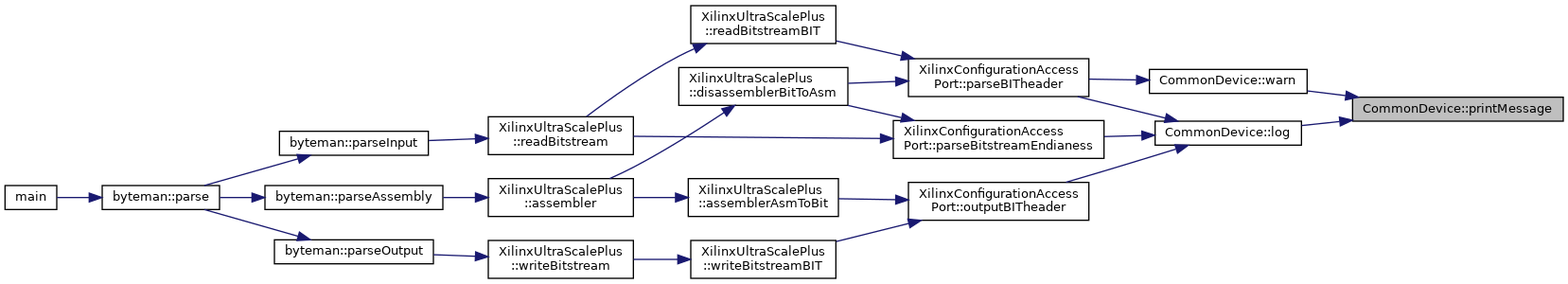
Earlier version of the Graphviz export classCommonDevice_af047ea6fd9b60bae9fcc94a7d8859657_icgraph.png (FPGA-Research-Manchester/byteman). Its source is kept beside it as classCommonDevice_af047ea6fd9b60bae9fcc94a7d8859657_icgraph.dot.
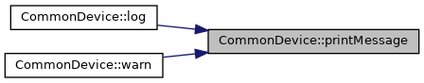
After the change.

Change to the diagram source:
```diff
@@ -6,42 +6,6 @@
   Node1 [label="CommonDevice::printMessage",height=0.2,width=0.4,color="black", fillcolor="grey75", style="filled", fontcolor="black",tooltip=" "];
   Node1 -> Node2 [dir="back",color="midnightblue",fontsize="10",style="solid",fontname="Helvetica"];
   Node2 [label="CommonDevice::log",height=0.2,width=0.4,color="black", fillcolor="white", style="filled",URL="$classCommonDevice.html#aa42337dfb4b5ff34a063c2145ab87478",tooltip=" "];
-  Node2 -> Node3 [dir="back",color="midnightblue",fontsize="10",style="solid",fontname="Helvetica"];
-  Node3 [label="XilinxConfigurationAccess\lPort::outputBITheader",height=0.2,width=0.4,color="black", fillcolor="white", style="filled",URL="$classXilinxConfigurationAccessPort.html#a80c8f1b9404adad15c0eb26612e0f028",tooltip=" "];
-  Node3 -> Node4 [dir="back",color="midnightblue",fontsize="10",style="solid",fontname="Helvetica"];
-  Node4 [label="XilinxUltraScalePlus\l::assemblerAsmToBit",height=0.2,width=0.4,color="black", fillcolor="white", style="filled",URL="$classXilinxUltraScalePlus.html#a058802c627c4177c6fd88ca079551207",tooltip=" "];
-  Node4 -> Node5 [dir="back",color="midnightblue",fontsize="10",style="solid",fontname="Helvetica"];
-  Node5 [label="XilinxUltraScalePlus\l::assembler",height=0.2,width=0.4,color="black", fillcolor="white", style="filled",URL="$classXilinxUltraScalePlus.html#a53e5f6ec962f1f2a961f90b8b9e90e10",tooltip=" "];
-  Node5 -> Node6 [dir="back",color="midnightblue",fontsize="10",style="solid",fontname="Helvetica"];
-  Node6 [label="byteman::parseAssembly",height=0.2,width=0.4,color="black", fillcolor="white", style="filled",URL="$classbyteman.html#a5e7f2e31d95626075a6ce22b54ecbbf8",tooltip=" "];
-  Node6 -> Node7 [dir="back",color="midnightblue",fontsize="10",style="solid",fontname="Helvetica"];
-  Node7 [label="byteman::parse",height=0.2,width=0.4,color="black", fillcolor="white", style="filled",URL="$classbyteman.html#a0ce0e992678e3f8b51cc5e01cea14ddb",tooltip=" "];
-  Node7 -> Node8 [dir="back",color="midnightblue",fontsize="10",style="solid",fontname="Helvetica"];
-  Node8 [label="main",height=0.2,width=0.4,color="black", fillcolor="white", style="filled",URL="$byteman_8cpp.html#a0ddf1224851353fc92bfbff6f499fa97",tooltip=" "];
-  Node3 -> Node9 [dir="back",color="midnightblue",fontsize="10",style="solid",fontname="Helvetica"];
-  Node9 [label="XilinxUltraScalePlus\l::writeBitstreamBIT",height=0.2,width=0.4,color="black", fillcolor="white", style="filled",URL="$classXilinxUltraScalePlus.html#aafc764306446548f9127f3e30759af49",tooltip=" "];
-  Node9 -> Node10 [dir="back",color="midnightblue",fontsize="10",style="solid",fontname="Helvetica"];
-  Node10 [label="XilinxUltraScalePlus\l::writeBitstream",height=0.2,width=0.4,color="black", fillcolor="white", style="filled",URL="$classXilinxUltraScalePlus.html#a7f2a7c34766d004adc6f1cfe1bdd62e7",tooltip=" "];
-  Node10 -> Node11 [dir="back",color="midnightblue",fontsize="10",style="solid",fontname="Helvetica"];
-  Node11 [label="byteman::parseOutput",height=0.2,width=0.4,color="black", fillcolor="white", style="filled",URL="$classbyteman.html#a2ff1e5c9e9b542e9f74768b296ace32f",tooltip=" "];
-  Node11 -> Node7 [dir="back",color="midnightblue",fontsize="10",style="solid",fontname="Helvetica"];
-  Node2 -> Node12 [dir="back",color="midnightblue",fontsize="10",style="solid",fontname="Helvetica"];
-  Node12 [label="XilinxConfigurationAccess\lPort::parseBITheader",height=0.2,width=0.4,color="black", fillcolor="white", style="filled",URL="$classXilinxConfigurationAccessPort.html#a0eb1cd9757987010e6879268ae412b4e",tooltip=" "];
-  Node12 -> Node13 [dir="back",color="midnightblue",fontsize="10",style="solid",fontname="Helvetica"];
-  Node13 [label="XilinxUltraScalePlus\l::disassemblerBitToAsm",height=0.2,width=0.4,color="black", fillcolor="white", style="filled",URL="$classXilinxUltraScalePlus.html#a54f9af4b6723a99c0b9e8e9c9b424d00",tooltip=" "];
-  Node13 -> Node5 [dir="back",color="midnightblue",fontsize="10",style="solid",fontname="Helvetica"];
-  Node12 -> Node14 [dir="back",color="midnightblue",fontsize="10",style="solid",fontname="Helvetica"];
-  Node14 [label="XilinxUltraScalePlus\l::readBitstreamBIT",height=0.2,width=0.4,color="black", fillcolor="white", style="filled",URL="$classXilinxUltraScalePlus.html#a62dea738808396d7d520f26d8e5594d2",tooltip=" "];
-  Node14 -> Node15 [dir="back",color="midnightblue",fontsize="10",style="solid",fontname="Helvetica"];
-  Node15 [label="XilinxUltraScalePlus\l::readBitstream",height=0.2,width=0.4,color="black", fillcolor="white", style="filled",URL="$classXilinxUltraScalePlus.html#a0e5d08a2e5c37a29a1a04d50b48739d2",tooltip=" "];
-  Node15 -> Node16 [dir="back",color="midnightblue",fontsize="10",style="solid",fontname="Helvetica"];
-  Node16 [label="byteman::parseInput",height=0.2,width=0.4,color="black", fillcolor="white", style="filled",URL="$classbyteman.html#ac217ac1dbc512bf44a70b147c0ceff04",tooltip=" "];
-  Node16 -> Node7 [dir="back",color="midnightblue",fontsize="10",style="solid",fontname="Helvetica"];
-  Node2 -> Node17 [dir="back",color="midnightblue",fontsize="10",style="solid",fontname="Helvetica"];
-  Node17 [label="XilinxConfigurationAccess\lPort::parseBitstreamEndianess",height=0.2,width=0.4,color="black", fillcolor="white", style="filled",URL="$classXilinxConfigurationAccessPort.html#aa9ff2ea1e4257936ddeda62415f863c8",tooltip=" "];
-  Node17 -> Node13 [dir="back",color="midnightblue",fontsize="10",style="solid",fontname="Helvetica"];
-  Node17 -> Node15 [dir="back",color="midnightblue",fontsize="10",style="solid",fontname="Helvetica"];
-  Node1 -> Node18 [dir="back",color="midnightblue",fontsize="10",style="solid",fontname="Helvetica"];
-  Node18 [label="CommonDevice::warn",height=0.2,width=0.4,color="black", fillcolor="white", style="filled",URL="$classCommonDevice.html#aff50b99a44e085a1edb93cc9be817b8f",tooltip=" "];
-  Node18 -> Node12 [dir="back",color="midnightblue",fontsize="10",style="solid",fontname="Helvetica"];
+  Node1 -> Node3 [dir="back",color="midnightblue",fontsize="10",style="solid",fontname="Helvetica"];
+  Node3 [label="CommonDevice::warn",height=0.2,width=0.4,color="black", fillcolor="white", style="filled",URL="$classCommonDevice.html#aff50b99a44e085a1edb93cc9be817b8f",tooltip=" "];
 }
```
